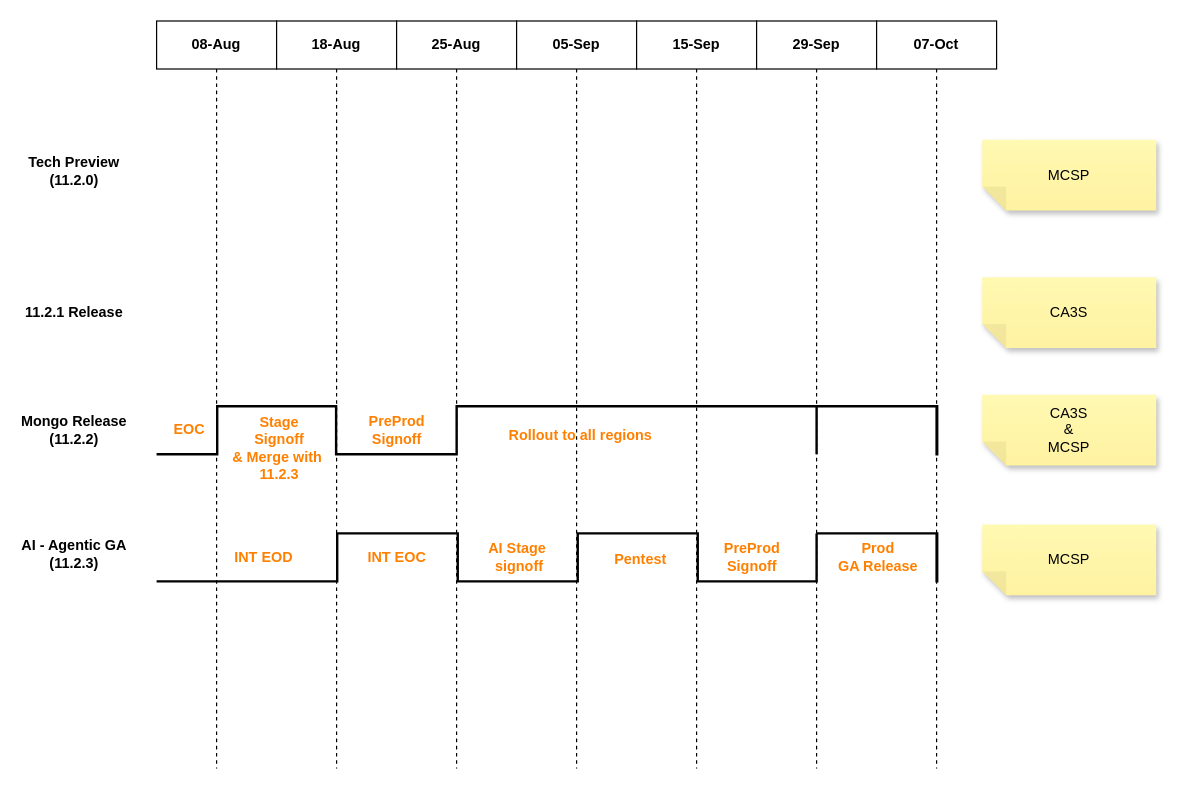
Above: RelasePlanning.drawio in prasad-gsk-IBM/myibmrepo-prasad (draw.io), before the change. Source tidied: cells renumbered, new cells numbered last; positions are measured from the earlier drawing's top-left corner, leaving out a move shared by most shapes. Both pictures are drawn from the tidied source at 120%, with x=0, y=0 at pixel (25, 20).
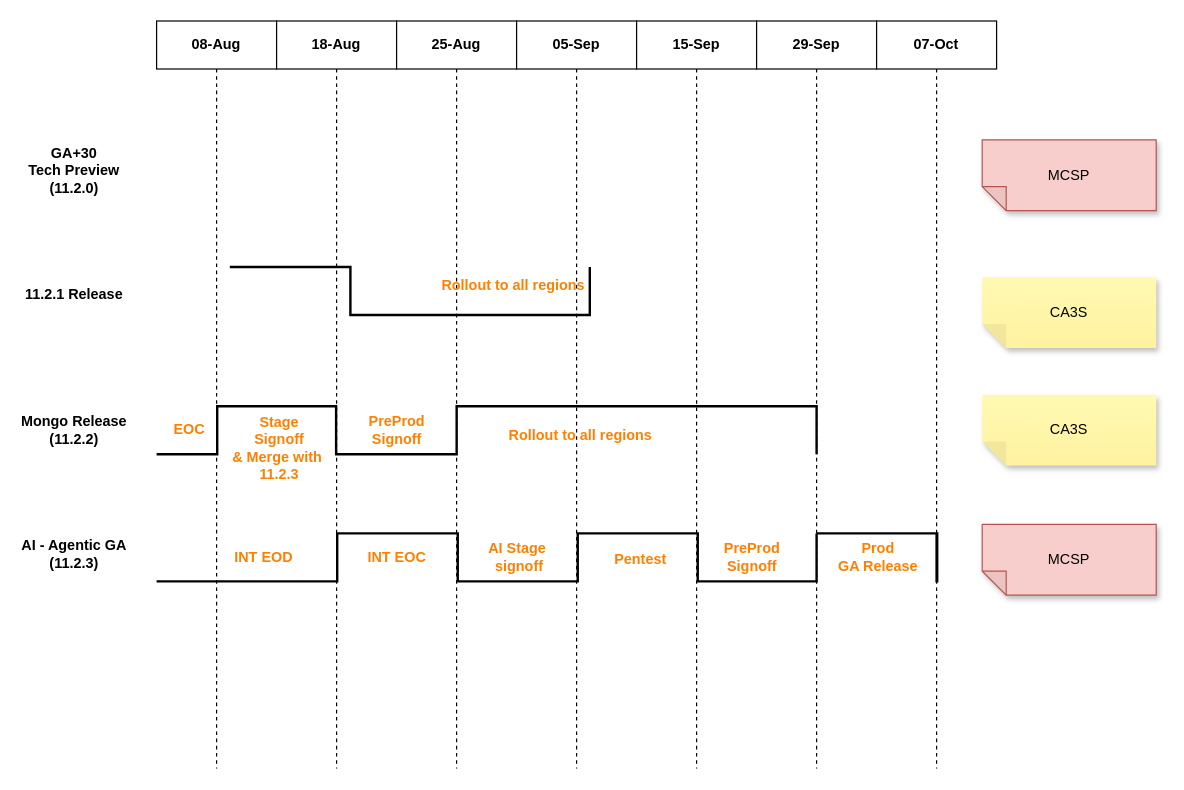
The same diagram, later.

Change to the diagram source:
```diff
@@
-    <mxCell id="10" value="Tech Preview&lt;div&gt;(11.2.0)&lt;/div&gt;" style="text;align=center;fontStyle=1;verticalAlign=middle;spacingLeft=3;spacingRight=3;strokeColor=none;html=1;" parent="1" vertex="1">
+    <mxCell id="10" value="&lt;div&gt;GA+30&lt;/div&gt;Tech Preview&lt;div&gt;(11.2.0)&lt;/div&gt;" style="text;align=center;fontStyle=1;verticalAlign=middle;spacingLeft=3;spacingRight=3;strokeColor=none;html=1;" parent="1" vertex="1">
       <mxGeometry y="112" width="80" height="26" as="geometry" />
     </mxCell>
     <mxCell id="11" value="11.2.1 Release" style="text;align=center;fontStyle=1;verticalAlign=middle;spacingLeft=3;spacingRight=3;strokeColor=none;html=1;" parent="1" vertex="1">
-      <mxGeometry y="230" width="80" height="26" as="geometry" />
+      <mxGeometry y="215" width="80" height="26" as="geometry" />
     </mxCell>
@@
-    <mxCell id="25" style="verticalLabelPosition=bottom;html=1;verticalAlign=top;strokeWidth=2;shape=mxgraph.lean_mapping.timeline2;dx1=0;dy1=0.139;dx2=0;dy2=0;dx3=100.5;dy3=1;dx4=100.5;dy4=0.461;dx5=100.5;dy5=1;dy6=0;" parent="1" vertex="1">
-      <mxGeometry x="659" y="321" width="100" height="40" as="geometry" />
-    </mxCell>
-    <mxCell id="26" value="MCSP" style="shape=note;whiteSpace=wrap;html=1;backgroundOutline=1;fontColor=#000000;darkOpacity=0.05;fillColor=#FFF9B2;strokeColor=none;fillStyle=solid;direction=west;gradientDirection=north;gradientColor=#FFF2A1;shadow=1;size=20;" parent="1" vertex="1">
+    <mxCell id="26" value="MCSP" style="shape=note;whiteSpace=wrap;html=1;backgroundOutline=1;darkOpacity=0.05;fillColor=#f8cecc;strokeColor=#b85450;fillStyle=solid;direction=west;gradientDirection=north;shadow=1;size=20;" parent="1" vertex="1">
       <mxGeometry x="797" y="419.5" width="145" height="59" as="geometry" />
     </mxCell>
-    <mxCell id="27" value="&lt;div&gt;CA3S&lt;/div&gt;&lt;div&gt;&amp;amp;&lt;/div&gt;MCSP" style="shape=note;whiteSpace=wrap;html=1;backgroundOutline=1;fontColor=#000000;darkOpacity=0.05;fillColor=#FFF9B2;strokeColor=none;fillStyle=solid;direction=west;gradientDirection=north;gradientColor=#FFF2A1;shadow=1;size=20;" parent="1" vertex="1">
+    <mxCell id="27" value="&lt;div&gt;CA3S&lt;/div&gt;" style="shape=note;whiteSpace=wrap;html=1;backgroundOutline=1;fontColor=#000000;darkOpacity=0.05;fillColor=#FFF9B2;strokeColor=none;fillStyle=solid;direction=west;gradientDirection=north;gradientColor=#FFF2A1;shadow=1;size=20;" parent="1" vertex="1">
       <mxGeometry x="797" y="311.5" width="145" height="59" as="geometry" />
     </mxCell>
@@
-    <mxCell id="29" value="&lt;div&gt;MCSP&lt;/div&gt;" style="shape=note;whiteSpace=wrap;html=1;backgroundOutline=1;fontColor=#000000;darkOpacity=0.05;fillColor=#FFF9B2;strokeColor=none;fillStyle=solid;direction=west;gradientDirection=north;gradientColor=#FFF2A1;shadow=1;size=20;" parent="1" vertex="1">
+    <mxCell id="29" value="&lt;div&gt;MCSP&lt;/div&gt;" style="shape=note;whiteSpace=wrap;html=1;backgroundOutline=1;darkOpacity=0.05;fillColor=#f8cecc;strokeColor=#b85450;fillStyle=solid;direction=west;gradientDirection=north;shadow=1;size=20;" parent="1" vertex="1">
       <mxGeometry x="797" y="99" width="145" height="59" as="geometry" />
     </mxCell>
@@
+    <mxCell id="31" style="verticalLabelPosition=bottom;html=1;verticalAlign=top;strokeWidth=2;shape=mxgraph.lean_mapping.timeline2;dx1=0;dy1=0.139;dx2=100.409;dy2=0.057;dx3=100.5;dy3=1;dx4=100.5;dy4=0.216;dx5=100.5;dy5=0.614;dy6=0;" parent="1" vertex="1">
+      <mxGeometry x="170" y="205" width="300" height="40" as="geometry" />
+    </mxCell>
+    <mxCell id="32" value="Rollout to all regions" style="text;align=center;fontStyle=1;verticalAlign=middle;spacingLeft=3;spacingRight=3;strokeColor=none;html=1;fontColor=#FF8000;" parent="1" vertex="1">
+      <mxGeometry x="366" y="208" width="80" height="26" as="geometry" />
+    </mxCell>
```
